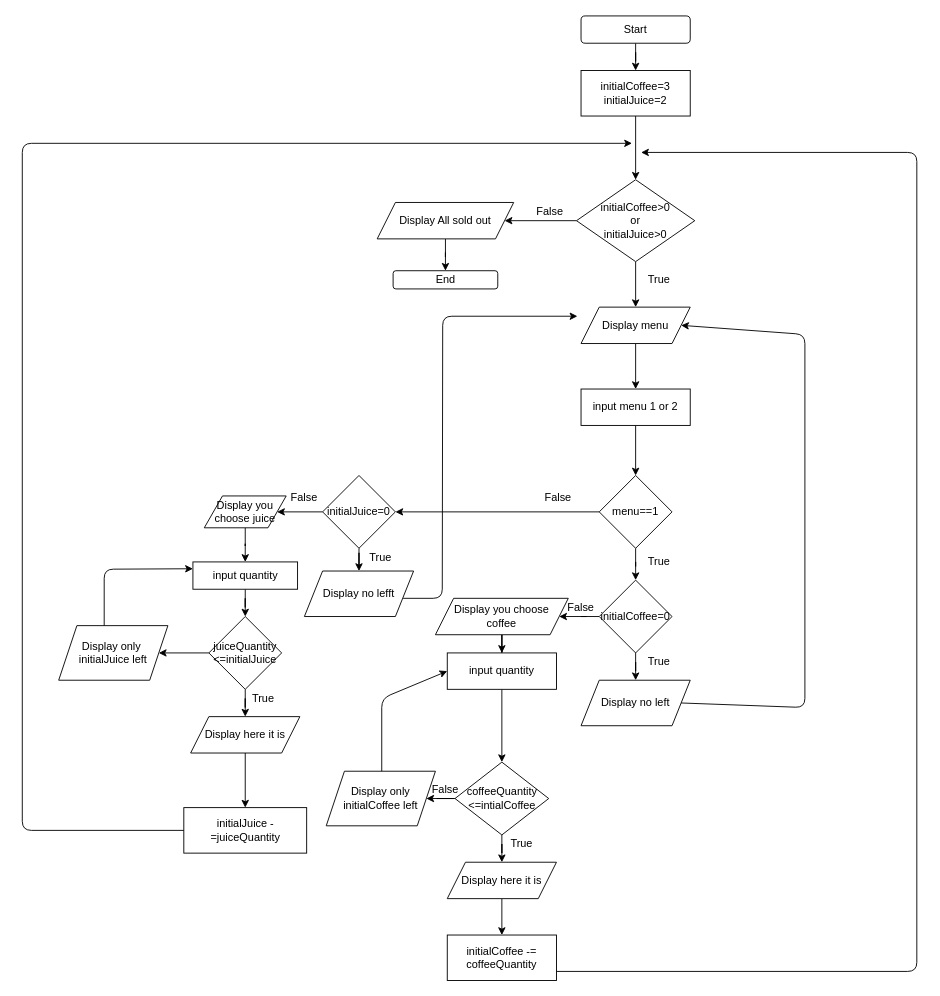
Above: Untitled Diagram.drawio in Lee-Min-Jung/PROGRAMMING-INTRODUCTION (draw.io), before the change. Source tidied: cells renumbered, new cells numbered last; positions are measured from the earlier drawing's top-left corner, leaving out a move shared by most shapes. Both pictures are drawn from the tidied source at 91%, with x=0, y=0 at pixel (22, 15).
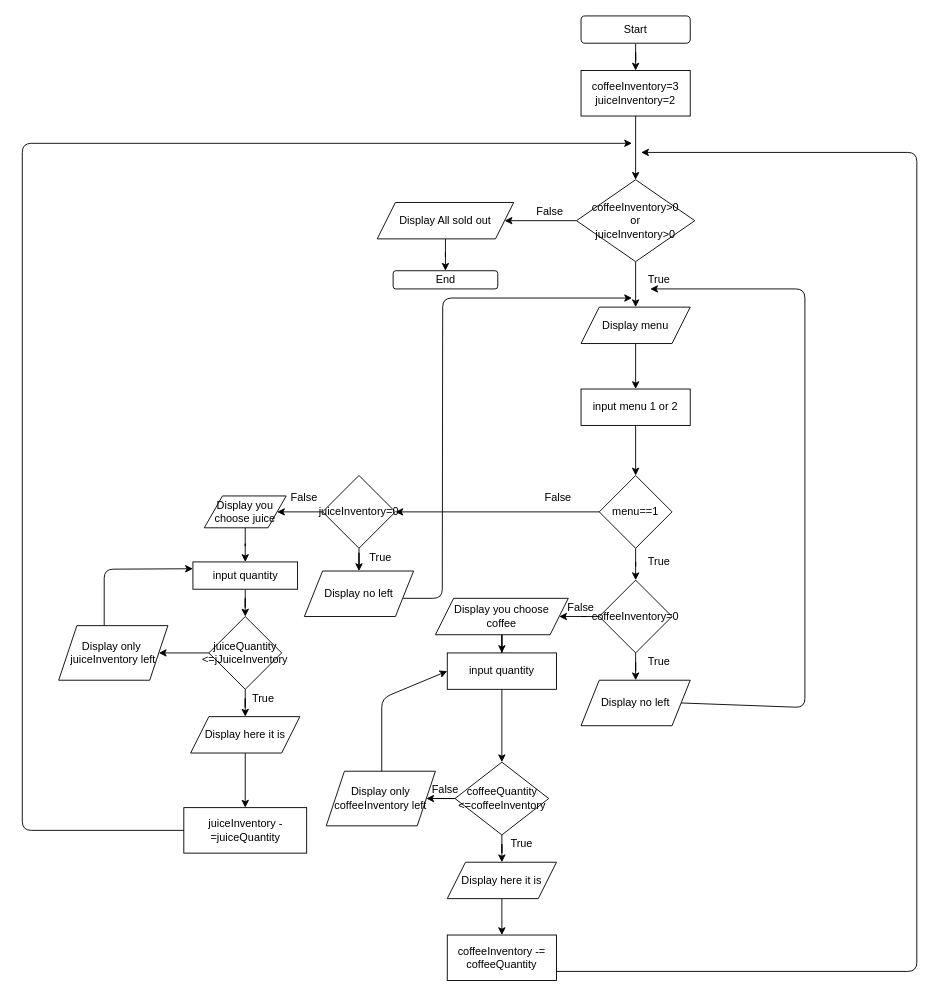
The same diagram, later.

Commit message:
flow chart final2

The change refers to these unchanged cells:
```xml
<mxCell id="10" value="Display menu" style="shape=parallelogram;perimeter=parallelogramPerimeter;whiteSpace=wrap;html=1;fixedSize=1;" parent="1" vertex="1">
  <mxGeometry x="614" y="320" width="120" height="40" as="geometry" />
</mxCell>
<mxCell id="14" value="True" style="text;html=1;strokeColor=none;fillColor=none;align=center;verticalAlign=middle;whiteSpace=wrap;rounded=0;" parent="1" vertex="1">
  <mxGeometry x="680" y="280" width="40" height="20" as="geometry" />
</mxCell>
<mxCell id="24" value="Display no left" style="shape=parallelogram;perimeter=parallelogramPerimeter;whiteSpace=wrap;html=1;fixedSize=1;" parent="1" vertex="1">
  <mxGeometry x="614" y="730" width="120" height="50" as="geometry" />
</mxCell>
```

The edit, as a diff of the source:
```diff
@@
-    <mxCell id="5" value="initialCoffee=3&lt;br&gt;initialJuice=2" style="rounded=0;whiteSpace=wrap;html=1;" parent="1" vertex="1">
+    <mxCell id="5" value="coffeeInventory=3&lt;br&gt;juiceInventory=2" style="rounded=0;whiteSpace=wrap;html=1;" parent="1" vertex="1">
       <mxGeometry x="614" y="60" width="120" height="50" as="geometry" />
     </mxCell>
@@
-    <mxCell id="8" value="initialCoffee&amp;gt;0&lt;br&gt;or&lt;br&gt;initialJuice&amp;gt;0" style="rhombus;whiteSpace=wrap;html=1;" parent="1" vertex="1">
+    <mxCell id="8" value="coffeeInventory&amp;gt;0&lt;br&gt;or&lt;br&gt;juiceInventory&amp;gt;0" style="rhombus;whiteSpace=wrap;html=1;" parent="1" vertex="1">
       <mxGeometry x="609" y="180" width="130" height="90" as="geometry" />
     </mxCell>
@@
-    <mxCell id="23" value="initialCoffee=0" style="rhombus;whiteSpace=wrap;html=1;" parent="1" vertex="1">
+    <mxCell id="23" value="coffeeInventory=0" style="rhombus;whiteSpace=wrap;html=1;" parent="1" vertex="1">
       <mxGeometry x="634" y="620" width="80" height="80" as="geometry" />
     </mxCell>
@@
-    <mxCell id="29" value="initialJuice=0" style="rhombus;whiteSpace=wrap;html=1;" parent="1" vertex="1">
+    <mxCell id="29" value="juiceInventory=0" style="rhombus;whiteSpace=wrap;html=1;" parent="1" vertex="1">
       <mxGeometry x="330" y="505" width="80" height="80" as="geometry" />
     </mxCell>
@@
-    <mxCell id="38" value="coffeeQuantity&lt;br&gt;&amp;lt;=intialCoffee" style="rhombus;whiteSpace=wrap;html=1;" parent="1" vertex="1">
+    <mxCell id="38" value="coffeeQuantity&lt;br&gt;&amp;lt;=coffeeInventory" style="rhombus;whiteSpace=wrap;html=1;" parent="1" vertex="1">
       <mxGeometry x="475.5" y="820" width="103" height="80" as="geometry" />
     </mxCell>
@@
-    <mxCell id="41" value="initialCoffee -=&lt;br&gt;coffeeQuantity" style="rounded=0;whiteSpace=wrap;html=1;" parent="1" vertex="1">
+    <mxCell id="41" value="coffeeInventory -=&lt;br&gt;coffeeQuantity" style="rounded=0;whiteSpace=wrap;html=1;" parent="1" vertex="1">
       <mxGeometry x="467" y="1010" width="120" height="50" as="geometry" />
     </mxCell>
@@
-    <mxCell id="43" value="Display only initialCoffee left" style="shape=parallelogram;perimeter=parallelogramPerimeter;whiteSpace=wrap;html=1;fixedSize=1;" parent="1" vertex="1">
+    <mxCell id="43" value="Display only coffeeInventory left" style="shape=parallelogram;perimeter=parallelogramPerimeter;whiteSpace=wrap;html=1;fixedSize=1;" parent="1" vertex="1">
       <mxGeometry x="334" y="830" width="120" height="60" as="geometry" />
     </mxCell>
@@
-    <mxCell id="45" value="Display no lefft" style="shape=parallelogram;perimeter=parallelogramPerimeter;whiteSpace=wrap;html=1;fixedSize=1;" parent="1" vertex="1">
+    <mxCell id="45" value="Display no left" style="shape=parallelogram;perimeter=parallelogramPerimeter;whiteSpace=wrap;html=1;fixedSize=1;" parent="1" vertex="1">
       <mxGeometry x="310" y="610" width="120" height="50" as="geometry" />
     </mxCell>
@@
-    <mxCell id="54" value="juiceQuantity&lt;br&gt;&amp;lt;=initialJuice" style="rhombus;whiteSpace=wrap;html=1;" parent="1" vertex="1">
+    <mxCell id="54" value="juiceQuantity&lt;br&gt;&amp;lt;=jJuiceInventory" style="rhombus;whiteSpace=wrap;html=1;" parent="1" vertex="1">
       <mxGeometry x="205" y="660" width="80" height="80" as="geometry" />
     </mxCell>
@@
-    <mxCell id="58" value="Display only&amp;nbsp;&lt;br&gt;initialJuice left" style="shape=parallelogram;perimeter=parallelogramPerimeter;whiteSpace=wrap;html=1;fixedSize=1;" parent="1" vertex="1">
+    <mxCell id="58" value="Display only&amp;nbsp;&lt;br&gt;juiceInventory left" style="shape=parallelogram;perimeter=parallelogramPerimeter;whiteSpace=wrap;html=1;fixedSize=1;" parent="1" vertex="1">
       <mxGeometry x="40" y="670" width="120" height="60" as="geometry" />
     </mxCell>
-    <mxCell id="59" value="initialJuice -=juiceQuantity" style="rounded=0;whiteSpace=wrap;html=1;" parent="1" vertex="1">
+    <mxCell id="59" value="juiceInventory -=juiceQuantity" style="rounded=0;whiteSpace=wrap;html=1;" parent="1" vertex="1">
       <mxGeometry x="177.5" y="870" width="135" height="50" as="geometry" />
     </mxCell>
-    <mxCell id="60" style="endArrow=classic;html=1;exitX=1;exitY=0.5;exitDx=0;exitDy=0;entryX=1;entryY=0.5;entryDx=0;entryDy=0;" parent="1" edge="1" source="24" target="10">
+    <mxCell id="60" style="endArrow=classic;html=1;exitX=1;exitY=0.5;exitDx=0;exitDy=0;entryX=0.25;entryY=1;entryDx=0;entryDy=0;" parent="1" edge="1" source="24" target="14">
       <mxGeometry relative="1" as="geometry">
         <Array as="points">
           <mxPoint x="860" y="760" />
-          <mxPoint x="860" y="350" />
+          <mxPoint x="860" y="300" />
         </Array>
       </mxGeometry>
     </mxCell>
@@
     <mxCell id="65" style="endArrow=classic;html=1;" parent="1" edge="1">
       <mxGeometry relative="1" as="geometry">
         <mxPoint x="418.5" y="640" as="sourcePoint" />
-        <mxPoint x="610" y="330" as="targetPoint" />
+        <mxPoint x="670" y="310" as="targetPoint" />
         <Array as="points">
           <mxPoint x="461.5" y="640" />
-          <mxPoint x="462" y="330" />
+          <mxPoint x="462" y="310" />
         </Array>
       </mxGeometry>
     </mxCell>
```
